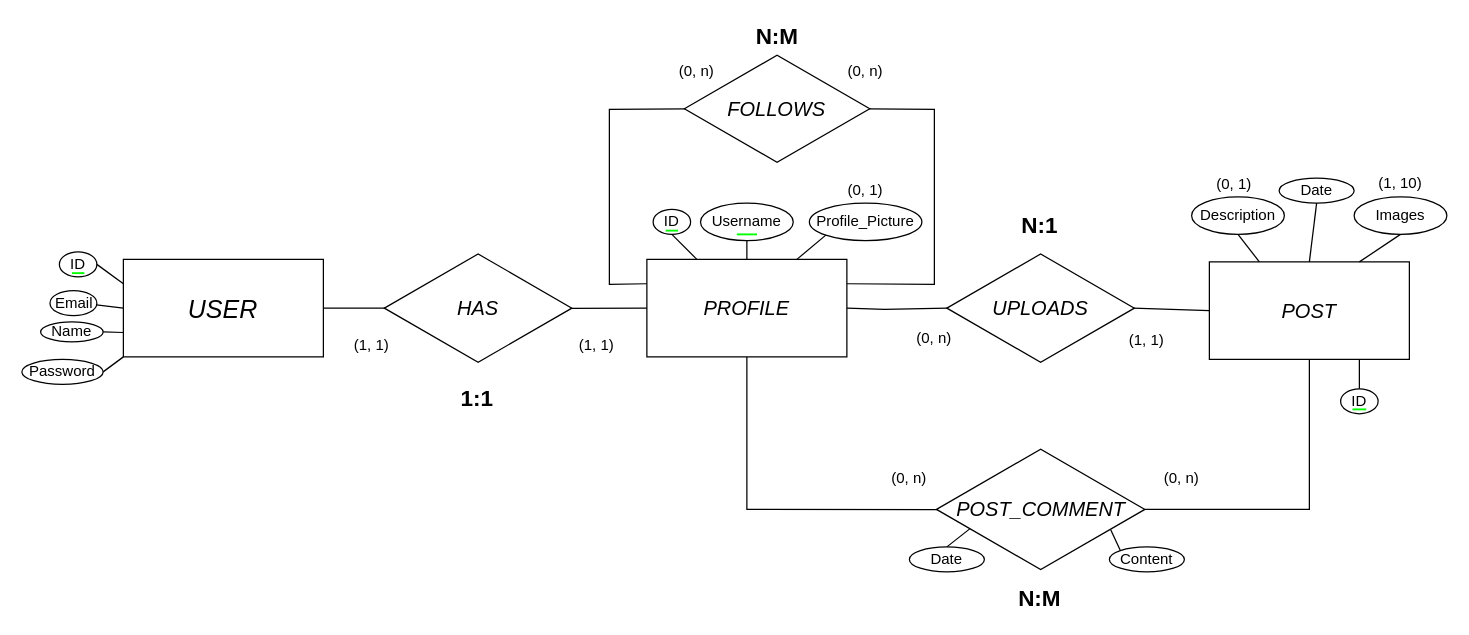
The draw.io diagram Diseño de Bases de Datos Relacionales con MySQL/02 Diseño Conceptual/6to Ejercicio/Ejercicio6.drawio in D4nitrix13/DatabaseGuide, before the edit. Source tidied: cells renumbered, new cells numbered last; positions are measured from the earlier drawing's top-left corner, leaving out a move shared by most shapes. Both pictures are drawn from the tidied source at 125%, with x=0, y=0 at pixel (21, 21).
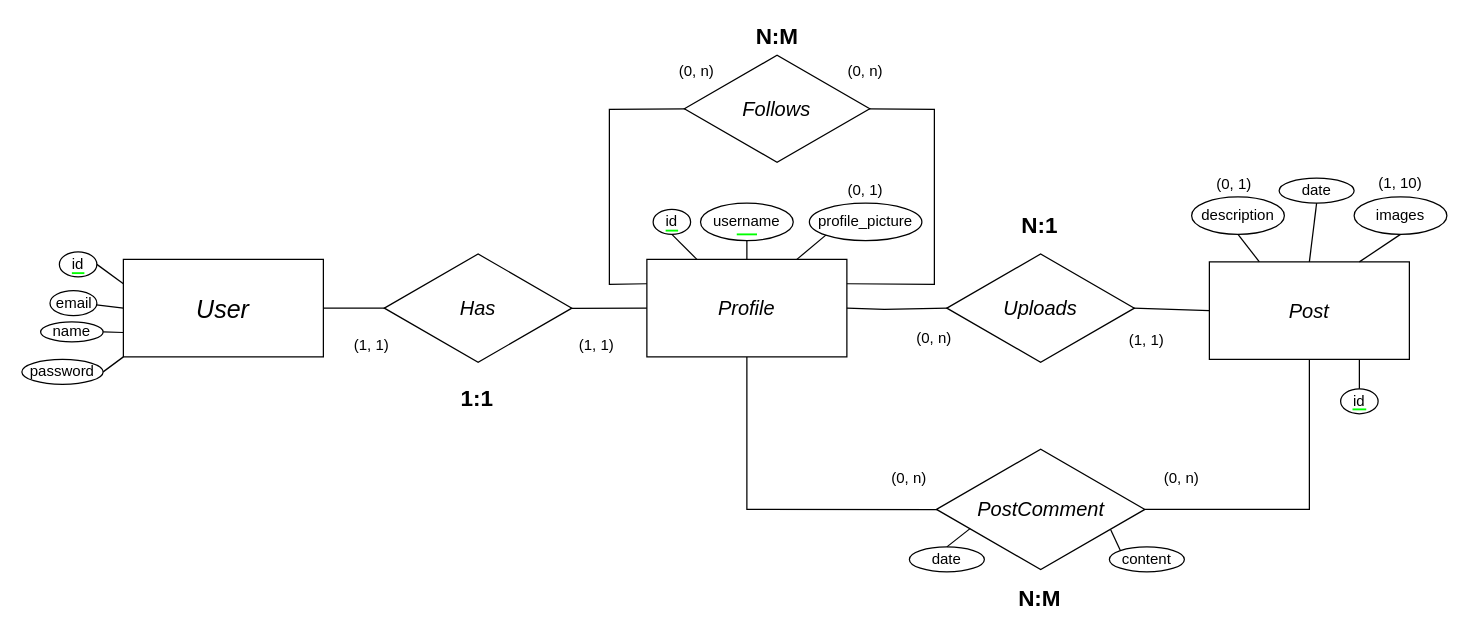
The same diagram, later.

What changed in the source:
```diff
@@
-    <mxCell id="2" value="ID" style="ellipse;whiteSpace=wrap;html=1;fillColor=none;" parent="1" vertex="1">
+    <mxCell id="2" value="id" style="ellipse;whiteSpace=wrap;html=1;fillColor=none;" parent="1" vertex="1">
       <mxGeometry x="30" y="184" width="30" height="20" as="geometry" />
     </mxCell>
@@
-    <mxCell id="5" value="&lt;i style=&quot;font-size: 20px;&quot;&gt;USER&lt;/i&gt;" style="rounded=0;whiteSpace=wrap;html=1;fillColor=none;align=center;" parent="1" vertex="1">
+    <mxCell id="5" value="&lt;i style=&quot;font-size: 20px;&quot;&gt;User&lt;/i&gt;" style="rounded=0;whiteSpace=wrap;html=1;fillColor=none;align=center;" parent="1" vertex="1">
       <mxGeometry x="81.2" y="190" width="160" height="78" as="geometry" />
     </mxCell>
@@
-    <mxCell id="7" value="&lt;i style=&quot;font-size: 16px;&quot;&gt;PROFILE&lt;/i&gt;" style="rounded=0;whiteSpace=wrap;html=1;fillColor=none;align=center;" parent="1" vertex="1">
+    <mxCell id="7" value="&lt;i style=&quot;font-size: 16px;&quot;&gt;Profile&lt;/i&gt;" style="rounded=0;whiteSpace=wrap;html=1;fillColor=none;align=center;" parent="1" vertex="1">
       <mxGeometry x="500" y="190" width="160" height="78" as="geometry" />
     </mxCell>
-    <mxCell id="8" value="&lt;span style=&quot;font-size: 16px;&quot;&gt;&lt;i&gt;HAS&lt;/i&gt;&lt;/span&gt;" style="html=1;whiteSpace=wrap;shape=isoRectangle;fillColor=none;" parent="1" vertex="1">
+    <mxCell id="8" value="&lt;span style=&quot;font-size: 16px;&quot;&gt;&lt;i&gt;Has&lt;/i&gt;&lt;/span&gt;" style="html=1;whiteSpace=wrap;shape=isoRectangle;fillColor=none;" parent="1" vertex="1">
       <mxGeometry x="290" y="184" width="150" height="90" as="geometry" />
     </mxCell>
@@
-    <mxCell id="15" value="Email" style="ellipse;whiteSpace=wrap;html=1;fillColor=none;" parent="1" vertex="1">
+    <mxCell id="15" value="email" style="ellipse;whiteSpace=wrap;html=1;fillColor=none;" parent="1" vertex="1">
       <mxGeometry x="22.5" y="215" width="37.5" height="20" as="geometry" />
     </mxCell>
-    <mxCell id="16" value="Password" style="ellipse;whiteSpace=wrap;html=1;fillColor=none;" parent="1" vertex="1">
+    <mxCell id="16" value="password" style="ellipse;whiteSpace=wrap;html=1;fillColor=none;" parent="1" vertex="1">
       <mxGeometry y="270" width="65" height="20" as="geometry" />
     </mxCell>
-    <mxCell id="17" value="Name" style="ellipse;whiteSpace=wrap;html=1;fillColor=none;" parent="1" vertex="1">
+    <mxCell id="17" value="name" style="ellipse;whiteSpace=wrap;html=1;fillColor=none;" parent="1" vertex="1">
       <mxGeometry x="15" y="240" width="50" height="16" as="geometry" />
     </mxCell>
@@
-    <mxCell id="21" value="&lt;span style=&quot;font-size: 16px;&quot;&gt;&lt;i&gt;UPLOADS&lt;/i&gt;&lt;/span&gt;" style="html=1;whiteSpace=wrap;shape=isoRectangle;fillColor=none;" parent="1" vertex="1">
+    <mxCell id="21" value="&lt;span style=&quot;font-size: 16px;&quot;&gt;&lt;i&gt;Uploads&lt;/i&gt;&lt;/span&gt;" style="html=1;whiteSpace=wrap;shape=isoRectangle;fillColor=none;" parent="1" vertex="1">
       <mxGeometry x="740" y="184" width="150" height="90" as="geometry" />
     </mxCell>
-    <mxCell id="22" value="&lt;span style=&quot;font-size: 16px;&quot;&gt;&lt;i&gt;FOLLOWS&lt;/i&gt;&lt;/span&gt;" style="html=1;whiteSpace=wrap;shape=isoRectangle;fillColor=none;" parent="1" vertex="1">
+    <mxCell id="22" value="&lt;span style=&quot;font-size: 16px;&quot;&gt;&lt;i&gt;Follows&lt;/i&gt;&lt;/span&gt;" style="html=1;whiteSpace=wrap;shape=isoRectangle;fillColor=none;" parent="1" vertex="1">
       <mxGeometry x="530" y="25" width="148.3" height="89" as="geometry" />
     </mxCell>
@@
-    <mxCell id="28" value="Username" style="ellipse;whiteSpace=wrap;html=1;fillColor=none;" parent="1" vertex="1">
+    <mxCell id="28" value="username" style="ellipse;whiteSpace=wrap;html=1;fillColor=none;" parent="1" vertex="1">
       <mxGeometry x="542.9" y="145" width="74.2" height="30" as="geometry" />
     </mxCell>
-    <mxCell id="29" value="Profile_Picture" style="ellipse;whiteSpace=wrap;html=1;fillColor=none;" parent="1" vertex="1">
+    <mxCell id="29" value="profile_picture" style="ellipse;whiteSpace=wrap;html=1;fillColor=none;" parent="1" vertex="1">
       <mxGeometry x="630" y="145" width="90" height="30" as="geometry" />
     </mxCell>
@@
-    <mxCell id="31" value="ID" style="ellipse;whiteSpace=wrap;html=1;fillColor=none;" parent="1" vertex="1">
+    <mxCell id="31" value="id" style="ellipse;whiteSpace=wrap;html=1;fillColor=none;" parent="1" vertex="1">
       <mxGeometry x="505" y="150" width="30" height="20" as="geometry" />
     </mxCell>
@@
-    <mxCell id="36" value="&lt;span style=&quot;font-size: 16px;&quot;&gt;&lt;i&gt;POST_COMMENT&lt;/i&gt;&lt;/span&gt;" style="html=1;whiteSpace=wrap;shape=isoRectangle;fillColor=none;" parent="1" vertex="1">
+    <mxCell id="36" value="&lt;span style=&quot;font-size: 16px;&quot;&gt;&lt;i&gt;PostComment&lt;/i&gt;&lt;/span&gt;" style="html=1;whiteSpace=wrap;shape=isoRectangle;fillColor=none;" parent="1" vertex="1">
       <mxGeometry x="731.7" y="340" width="166.7" height="100" as="geometry" />
     </mxCell>
@@
-    <mxCell id="38" value="&lt;i style=&quot;font-size: 16px;&quot;&gt;POST&lt;/i&gt;" style="rounded=0;whiteSpace=wrap;html=1;fillColor=none;align=center;" parent="1" vertex="1">
+    <mxCell id="38" value="&lt;i style=&quot;font-size: 16px;&quot;&gt;Post&lt;/i&gt;" style="rounded=0;whiteSpace=wrap;html=1;fillColor=none;align=center;" parent="1" vertex="1">
       <mxGeometry x="950" y="192" width="160" height="78" as="geometry" />
     </mxCell>
-    <mxCell id="39" value="Images" style="ellipse;whiteSpace=wrap;html=1;fillColor=none;" parent="1" vertex="1">
+    <mxCell id="39" value="images" style="ellipse;whiteSpace=wrap;html=1;fillColor=none;" parent="1" vertex="1">
       <mxGeometry x="1065.8" y="140" width="74.2" height="30" as="geometry" />
     </mxCell>
-    <mxCell id="40" value="Description" style="ellipse;whiteSpace=wrap;html=1;fillColor=none;" parent="1" vertex="1">
+    <mxCell id="40" value="description" style="ellipse;whiteSpace=wrap;html=1;fillColor=none;" parent="1" vertex="1">
       <mxGeometry x="935.8" y="140" width="74.2" height="30" as="geometry" />
     </mxCell>
-    <mxCell id="41" value="Date" style="ellipse;whiteSpace=wrap;html=1;fillColor=none;" parent="1" vertex="1">
+    <mxCell id="41" value="date" style="ellipse;whiteSpace=wrap;html=1;fillColor=none;" parent="1" vertex="1">
       <mxGeometry x="1005.8" y="125" width="60" height="20" as="geometry" />
     </mxCell>
-    <mxCell id="42" value="ID" style="ellipse;whiteSpace=wrap;html=1;fillColor=none;" parent="1" vertex="1">
+    <mxCell id="42" value="id" style="ellipse;whiteSpace=wrap;html=1;fillColor=none;" parent="1" vertex="1">
       <mxGeometry x="1055" y="293.5" width="30" height="20" as="geometry" />
     </mxCell>
@@
-    <mxCell id="56" value="Date" style="ellipse;whiteSpace=wrap;html=1;fillColor=none;" parent="1" vertex="1">
+    <mxCell id="56" value="date" style="ellipse;whiteSpace=wrap;html=1;fillColor=none;" parent="1" vertex="1">
       <mxGeometry x="710" y="420" width="60" height="20" as="geometry" />
     </mxCell>
-    <mxCell id="57" value="Content" style="ellipse;whiteSpace=wrap;html=1;fillColor=none;" parent="1" vertex="1">
+    <mxCell id="57" value="content" style="ellipse;whiteSpace=wrap;html=1;fillColor=none;" parent="1" vertex="1">
       <mxGeometry x="870" y="420" width="60" height="20" as="geometry" />
     </mxCell>
```
